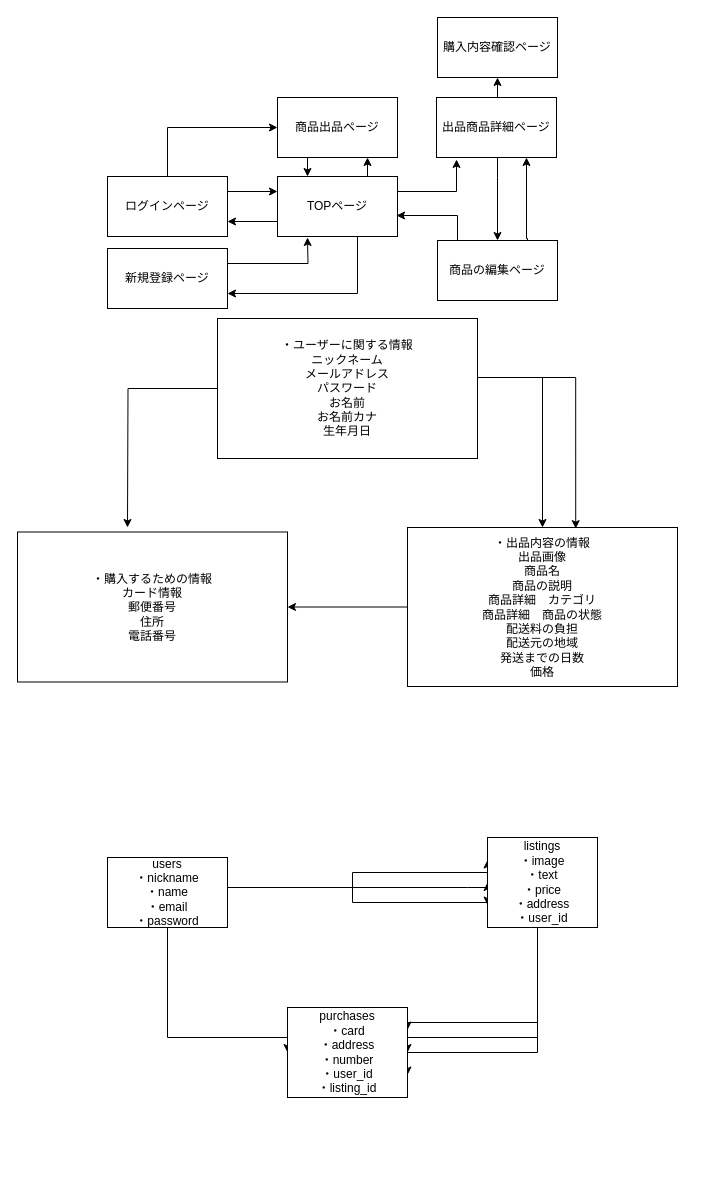
Earlier version of the draw.io diagram furima.dio (mizuki1305/furima-29614). Source tidied: cells renumbered, new cells numbered last; positions are measured from the earlier drawing's top-left corner, leaving out a move shared by most shapes. Both pictures are drawn from the tidied source at 100%, with x=0, y=0 at pixel (17, 17).
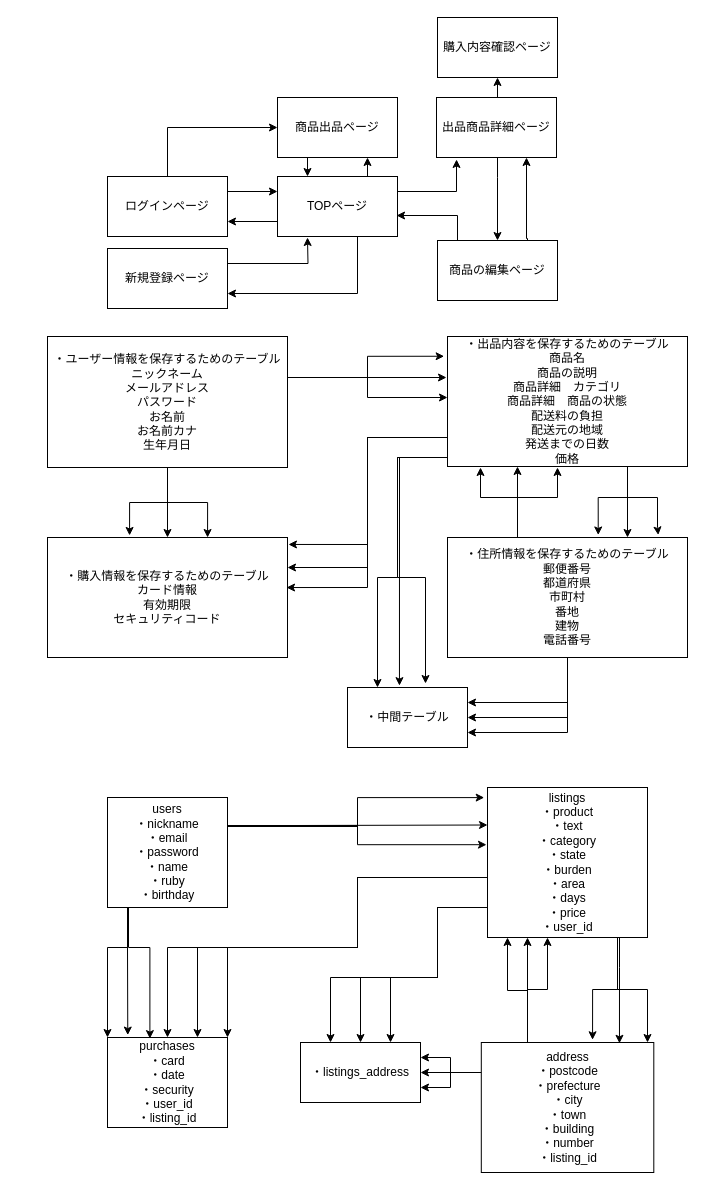
After the change.

Commit message (it also covers changes not shown here):
テーブル設計（修正1）

Change to the diagram source:
```diff
@@
-    <mxCell id="21" style="edgeStyle=orthogonalEdgeStyle;rounded=0;jettySize=auto;html=1;entryX=0.5;entryY=0;entryDx=0;entryDy=0;" parent="1" edge="1" source="24" target="26">
-      <mxGeometry relative="1" as="geometry">
-        <Array as="points">
-          <mxPoint x="525" y="360" />
-        </Array>
-      </mxGeometry>
-    </mxCell>
-    <mxCell id="22" style="edgeStyle=orthogonalEdgeStyle;rounded=0;jettySize=auto;html=1;" parent="1" edge="1" source="24">
-      <mxGeometry relative="1" as="geometry">
-        <mxPoint x="110" y="510" as="targetPoint" />
-      </mxGeometry>
-    </mxCell>
-    <mxCell id="23" style="edgeStyle=orthogonalEdgeStyle;rounded=0;jettySize=auto;html=1;entryX=0.623;entryY=0.007;entryDx=0;entryDy=0;entryPerimeter=0;" parent="1" edge="1" source="24" target="26">
-      <mxGeometry relative="1" as="geometry">
-        <Array as="points">
-          <mxPoint x="558" y="360" />
-        </Array>
-      </mxGeometry>
-    </mxCell>
+    <mxCell id="38" style="edgeStyle=orthogonalEdgeStyle;rounded=0;jettySize=auto;html=1;" parent="1" edge="1" source="24">
+      <mxGeometry relative="1" as="geometry">
+        <mxPoint x="429" y="360" as="targetPoint" />
+        <Array as="points">
+          <mxPoint x="429" y="360" />
+        </Array>
+      </mxGeometry>
+    </mxCell>
+    <mxCell id="39" style="edgeStyle=orthogonalEdgeStyle;rounded=0;jettySize=auto;html=1;entryX=-0.014;entryY=0.152;entryDx=0;entryDy=0;entryPerimeter=0;" parent="1" edge="1" source="24" target="26">
+      <mxGeometry relative="1" as="geometry">
+        <Array as="points">
+          <mxPoint x="350" y="360" />
+          <mxPoint x="350" y="339" />
+        </Array>
+      </mxGeometry>
+    </mxCell>
+    <mxCell id="40" style="edgeStyle=orthogonalEdgeStyle;rounded=0;jettySize=auto;html=1;" parent="1" edge="1" source="24" target="26">
+      <mxGeometry relative="1" as="geometry">
+        <Array as="points">
+          <mxPoint x="350" y="360" />
+          <mxPoint x="350" y="380" />
+        </Array>
+      </mxGeometry>
+    </mxCell>
+    <mxCell id="41" style="edgeStyle=orthogonalEdgeStyle;rounded=0;jettySize=auto;html=1;entryX=0.5;entryY=0;entryDx=0;entryDy=0;" parent="1" edge="1" source="24" target="27">
+      <mxGeometry relative="1" as="geometry" />
+    </mxCell>
+    <mxCell id="42" style="edgeStyle=orthogonalEdgeStyle;rounded=0;jettySize=auto;html=1;entryX=0.667;entryY=0;entryDx=0;entryDy=0;entryPerimeter=0;" parent="1" edge="1" source="24" target="27">
+      <mxGeometry relative="1" as="geometry" />
+    </mxCell>
+    <mxCell id="43" style="edgeStyle=orthogonalEdgeStyle;rounded=0;jettySize=auto;html=1;entryX=0.342;entryY=-0.017;entryDx=0;entryDy=0;entryPerimeter=0;" parent="1" edge="1" source="24" target="27">
+      <mxGeometry relative="1" as="geometry" />
+    </mxCell>
-    <mxCell id="24" value="・ユーザーに関する情報&lt;br&gt;ニックネーム&lt;br&gt;メールアドレス&lt;br&gt;パスワード&lt;br&gt;お名前&lt;br&gt;お名前カナ&lt;br&gt;生年月日" style="whiteSpace=wrap;html=1;" parent="1" vertex="1">
-      <mxGeometry x="200" y="301" width="260" height="140" as="geometry" />
+    <mxCell id="24" value="・ユーザー情報を保存するためのテーブル&lt;br&gt;ニックネーム&lt;br&gt;メールアドレス&lt;br&gt;パスワード&lt;br&gt;お名前&lt;br&gt;お名前カナ&lt;br&gt;生年月日" style="whiteSpace=wrap;html=1;" parent="1" vertex="1">
+      <mxGeometry x="30" y="319" width="240" height="131" as="geometry" />
     </mxCell>
-    <mxCell id="25" style="edgeStyle=orthogonalEdgeStyle;rounded=0;jettySize=auto;html=1;entryX=1;entryY=0.5;entryDx=0;entryDy=0;" parent="1" edge="1" source="26" target="27">
-      <mxGeometry relative="1" as="geometry" />
-    </mxCell>
+    <mxCell id="44" style="edgeStyle=orthogonalEdgeStyle;rounded=0;jettySize=auto;html=1;entryX=1;entryY=0.25;entryDx=0;entryDy=0;" parent="1" edge="1" source="26" target="27">
+      <mxGeometry relative="1" as="geometry">
+        <Array as="points">
+          <mxPoint x="350" y="420" />
+          <mxPoint x="350" y="550" />
+        </Array>
+      </mxGeometry>
+    </mxCell>
+    <mxCell id="45" style="edgeStyle=orthogonalEdgeStyle;rounded=0;jettySize=auto;html=1;entryX=1.004;entryY=0.058;entryDx=0;entryDy=0;entryPerimeter=0;" parent="1" edge="1" source="26" target="27">
+      <mxGeometry relative="1" as="geometry">
+        <Array as="points">
+          <mxPoint x="350" y="420" />
+          <mxPoint x="350" y="527" />
+        </Array>
+      </mxGeometry>
+    </mxCell>
+    <mxCell id="46" style="edgeStyle=orthogonalEdgeStyle;rounded=0;jettySize=auto;html=1;entryX=0.996;entryY=0.417;entryDx=0;entryDy=0;entryPerimeter=0;" parent="1" edge="1" source="26" target="27">
+      <mxGeometry relative="1" as="geometry">
+        <Array as="points">
+          <mxPoint x="350" y="420" />
+          <mxPoint x="350" y="570" />
+        </Array>
+      </mxGeometry>
+    </mxCell>
+    <mxCell id="47" style="edgeStyle=orthogonalEdgeStyle;rounded=0;jettySize=auto;html=1;entryX=0.75;entryY=0;entryDx=0;entryDy=0;" parent="1" edge="1" source="26" target="81">
+      <mxGeometry relative="1" as="geometry">
+        <Array as="points">
+          <mxPoint x="610" y="460" />
+          <mxPoint x="610" y="460" />
+        </Array>
+      </mxGeometry>
+    </mxCell>
+    <mxCell id="48" style="edgeStyle=orthogonalEdgeStyle;rounded=0;jettySize=auto;html=1;entryX=0.878;entryY=-0.021;entryDx=0;entryDy=0;entryPerimeter=0;" parent="1" edge="1" source="26" target="81">
+      <mxGeometry relative="1" as="geometry">
+        <Array as="points">
+          <mxPoint x="610" y="480" />
+          <mxPoint x="640" y="480" />
+          <mxPoint x="640" y="510" />
+        </Array>
+      </mxGeometry>
+    </mxCell>
+    <mxCell id="49" style="edgeStyle=orthogonalEdgeStyle;rounded=0;jettySize=auto;html=1;entryX=0.628;entryY=-0.021;entryDx=0;entryDy=0;entryPerimeter=0;" parent="1" edge="1" source="26" target="81">
+      <mxGeometry relative="1" as="geometry">
+        <Array as="points">
+          <mxPoint x="610" y="480" />
+          <mxPoint x="581" y="480" />
+        </Array>
+      </mxGeometry>
+    </mxCell>
+    <mxCell id="50" style="edgeStyle=orthogonalEdgeStyle;rounded=0;jettySize=auto;html=1;entryX=0.433;entryY=-0.031;entryDx=0;entryDy=0;entryPerimeter=0;" parent="1" edge="1" source="26" target="82">
+      <mxGeometry relative="1" as="geometry">
+        <Array as="points">
+          <mxPoint x="382" y="440" />
+        </Array>
+      </mxGeometry>
+    </mxCell>
+    <mxCell id="51" style="edgeStyle=orthogonalEdgeStyle;rounded=0;jettySize=auto;html=1;" parent="1" edge="1" source="26">
+      <mxGeometry relative="1" as="geometry">
+        <mxPoint x="408" y="666" as="targetPoint" />
+        <Array as="points">
+          <mxPoint x="380" y="440" />
+          <mxPoint x="380" y="560" />
+          <mxPoint x="408" y="560" />
+        </Array>
+      </mxGeometry>
+    </mxCell>
+    <mxCell id="52" style="edgeStyle=orthogonalEdgeStyle;rounded=0;jettySize=auto;html=1;entryX=0.25;entryY=0;entryDx=0;entryDy=0;" parent="1" edge="1" source="26" target="82">
+      <mxGeometry relative="1" as="geometry">
+        <Array as="points">
+          <mxPoint x="380" y="440" />
+          <mxPoint x="380" y="560" />
+          <mxPoint x="360" y="560" />
+        </Array>
+      </mxGeometry>
+    </mxCell>
-    <mxCell id="26" value="・出品内容の情報&lt;br&gt;出品画像&lt;br&gt;商品名&lt;br&gt;商品の説明&lt;br&gt;商品詳細　カテゴリ&lt;br&gt;商品詳細　商品の状態&lt;br&gt;配送料の負担&lt;br&gt;配送元の地域&lt;br&gt;発送までの日数&lt;br&gt;価格" style="whiteSpace=wrap;html=1;" parent="1" vertex="1">
-      <mxGeometry x="390" y="510" width="270" height="159" as="geometry" />
+    <mxCell id="26" value="・出品内容を保存するためのテーブル&lt;br&gt;商品名&lt;br&gt;商品の説明&lt;br&gt;商品詳細　カテゴリ&lt;br&gt;商品詳細　商品の状態&lt;br&gt;配送料の負担&lt;br&gt;配送元の地域&lt;br&gt;発送までの日数&lt;br&gt;価格" style="whiteSpace=wrap;html=1;" parent="1" vertex="1">
+      <mxGeometry x="430" y="319" width="240" height="130" as="geometry" />
     </mxCell>
-    <mxCell id="27" value="・購入するための情報&lt;br&gt;カード情報&lt;br&gt;郵便番号&lt;br&gt;住所&lt;br&gt;電話番号" style="whiteSpace=wrap;html=1;" parent="1" vertex="1">
-      <mxGeometry y="514.5" width="270" height="150" as="geometry" />
+    <mxCell id="27" value="・購入情報を保存するためのテーブル&lt;br&gt;カード情報&lt;br&gt;有効期限&lt;br&gt;セキュリティコード" style="whiteSpace=wrap;html=1;" parent="1" vertex="1">
+      <mxGeometry x="30" y="520" width="240" height="120" as="geometry" />
     </mxCell>
-    <mxCell id="28" style="edgeStyle=orthogonalEdgeStyle;rounded=0;jettySize=auto;html=1;exitX=1;exitY=0.5;exitDx=0;exitDy=0;entryX=0;entryY=0.5;entryDx=0;entryDy=0;" parent="1" edge="1" source="32" target="36">
-      <mxGeometry relative="1" as="geometry">
-        <Array as="points">
-          <mxPoint x="450" y="870" />
-          <mxPoint x="450" y="870" />
-        </Array>
-      </mxGeometry>
-    </mxCell>
-    <mxCell id="29" style="edgeStyle=orthogonalEdgeStyle;rounded=0;jettySize=auto;html=1;entryX=0;entryY=0.25;entryDx=0;entryDy=0;" parent="1" edge="1" source="32" target="36">
-      <mxGeometry relative="1" as="geometry">
-        <Array as="points">
-          <mxPoint x="335" y="870" />
-          <mxPoint x="335" y="855" />
-        </Array>
-      </mxGeometry>
-    </mxCell>
-    <mxCell id="30" style="edgeStyle=orthogonalEdgeStyle;rounded=0;jettySize=auto;html=1;exitX=1;exitY=0.5;exitDx=0;exitDy=0;entryX=0;entryY=0.75;entryDx=0;entryDy=0;" parent="1" edge="1" source="32" target="36">
-      <mxGeometry relative="1" as="geometry">
-        <Array as="points">
-          <mxPoint x="210" y="870" />
-          <mxPoint x="335" y="870" />
-          <mxPoint x="335" y="885" />
-        </Array>
-      </mxGeometry>
-    </mxCell>
-    <mxCell id="31" style="edgeStyle=orthogonalEdgeStyle;rounded=0;jettySize=auto;html=1;entryX=0;entryY=0.5;entryDx=0;entryDy=0;" parent="1" edge="1" source="32" target="37">
-      <mxGeometry relative="1" as="geometry">
-        <Array as="points">
-          <mxPoint x="150" y="1020" />
-        </Array>
-      </mxGeometry>
-    </mxCell>
+    <mxCell id="53" style="edgeStyle=orthogonalEdgeStyle;rounded=0;orthogonalLoop=1;jettySize=auto;html=1;entryX=-0.03;entryY=0.074;entryDx=0;entryDy=0;entryPerimeter=0;" parent="1" edge="1">
+      <mxGeometry relative="1" as="geometry">
+        <mxPoint x="210" y="809" as="sourcePoint" />
+        <mxPoint x="466.7" y="780.1" as="targetPoint" />
+        <Array as="points">
+          <mxPoint x="340" y="809" />
+          <mxPoint x="340" y="780" />
+        </Array>
+      </mxGeometry>
+    </mxCell>
+    <mxCell id="54" style="edgeStyle=orthogonalEdgeStyle;rounded=0;jettySize=auto;html=1;entryX=0;entryY=0.25;entryDx=0;entryDy=0;" parent="1" edge="1" source="32" target="36">
+      <mxGeometry relative="1" as="geometry">
+        <Array as="points">
+          <mxPoint x="280" y="808" />
+          <mxPoint x="280" y="808" />
+        </Array>
+      </mxGeometry>
+    </mxCell>
+    <mxCell id="55" style="edgeStyle=orthogonalEdgeStyle;rounded=0;orthogonalLoop=1;jettySize=auto;html=1;entryX=-0.009;entryY=0.395;entryDx=0;entryDy=0;entryPerimeter=0;" parent="1" edge="1">
+      <mxGeometry relative="1" as="geometry">
+        <mxPoint x="210" y="808" as="sourcePoint" />
+        <mxPoint x="469" y="827.2" as="targetPoint" />
+        <Array as="points">
+          <mxPoint x="340" y="808" />
+          <mxPoint x="340" y="827" />
+        </Array>
+      </mxGeometry>
+    </mxCell>
+    <mxCell id="56" style="edgeStyle=orthogonalEdgeStyle;rounded=0;jettySize=auto;html=1;entryX=0;entryY=0;entryDx=0;entryDy=0;" parent="1" edge="1" source="32" target="37">
+      <mxGeometry relative="1" as="geometry">
+        <Array as="points">
+          <mxPoint x="110" y="930" />
+          <mxPoint x="90" y="930" />
+        </Array>
+      </mxGeometry>
+    </mxCell>
+    <mxCell id="57" style="edgeStyle=orthogonalEdgeStyle;rounded=0;orthogonalLoop=1;jettySize=auto;html=1;entryX=0.345;entryY=0.012;entryDx=0;entryDy=0;entryPerimeter=0;" parent="1" edge="1">
+      <mxGeometry relative="1" as="geometry">
+        <mxPoint x="111" y="890" as="sourcePoint" />
+        <mxPoint x="132.4" y="1021.1" as="targetPoint" />
+        <Array as="points">
+          <mxPoint x="111" y="930" />
+          <mxPoint x="132" y="930" />
+        </Array>
+      </mxGeometry>
+    </mxCell>
+    <mxCell id="58" style="edgeStyle=orthogonalEdgeStyle;rounded=0;jettySize=auto;html=1;entryX=0.169;entryY=-0.027;entryDx=0;entryDy=0;entryPerimeter=0;" parent="1" edge="1" source="32" target="37">
+      <mxGeometry relative="1" as="geometry">
+        <Array as="points">
+          <mxPoint x="110" y="930" />
+          <mxPoint x="110" y="930" />
+        </Array>
+      </mxGeometry>
+    </mxCell>
-    <mxCell id="32" value="users&lt;br&gt;・nickname&lt;br&gt;・name&lt;br&gt;・email&lt;br&gt;・password" style="whiteSpace=wrap;html=1;" parent="1" vertex="1">
-      <mxGeometry x="90" y="840" width="120" height="70" as="geometry" />
+    <mxCell id="32" value="users&lt;br&gt;・nickname&lt;br&gt;・email&lt;br&gt;・password&lt;br&gt;・name&lt;br&gt;・ruby&lt;br&gt;・birthday" style="whiteSpace=wrap;html=1;" parent="1" vertex="1">
+      <mxGeometry x="90" y="780" width="120" height="110" as="geometry" />
     </mxCell>
-    <mxCell id="33" style="edgeStyle=orthogonalEdgeStyle;rounded=0;jettySize=auto;html=1;exitX=0.5;exitY=1;exitDx=0;exitDy=0;entryX=1;entryY=0.5;entryDx=0;entryDy=0;" parent="1" edge="1" source="36" target="37">
-      <mxGeometry relative="1" as="geometry">
-        <Array as="points">
-          <mxPoint x="520" y="910" />
-          <mxPoint x="520" y="1020" />
-        </Array>
-      </mxGeometry>
-    </mxCell>
-    <mxCell id="34" style="edgeStyle=orthogonalEdgeStyle;rounded=0;jettySize=auto;html=1;entryX=1;entryY=0.25;entryDx=0;entryDy=0;" parent="1" edge="1" source="36" target="37">
-      <mxGeometry relative="1" as="geometry">
-        <Array as="points">
-          <mxPoint x="520" y="1005" />
-        </Array>
-      </mxGeometry>
-    </mxCell>
-    <mxCell id="35" style="edgeStyle=orthogonalEdgeStyle;rounded=0;jettySize=auto;html=1;entryX=1;entryY=0.75;entryDx=0;entryDy=0;" parent="1" edge="1" source="36" target="37">
-      <mxGeometry relative="1" as="geometry">
-        <Array as="points">
-          <mxPoint x="520" y="1035" />
-        </Array>
-      </mxGeometry>
-    </mxCell>
+    <mxCell id="59" style="edgeStyle=orthogonalEdgeStyle;rounded=0;jettySize=auto;html=1;entryX=0.5;entryY=0;entryDx=0;entryDy=0;" parent="1" edge="1" source="36" target="37">
+      <mxGeometry relative="1" as="geometry">
+        <Array as="points">
+          <mxPoint x="340" y="860" />
+          <mxPoint x="340" y="930" />
+          <mxPoint x="150" y="930" />
+        </Array>
+      </mxGeometry>
+    </mxCell>
+    <mxCell id="60" style="edgeStyle=orthogonalEdgeStyle;rounded=0;jettySize=auto;html=1;entryX=0.75;entryY=0;entryDx=0;entryDy=0;" parent="1" edge="1" source="36" target="37">
+      <mxGeometry relative="1" as="geometry">
+        <Array as="points">
+          <mxPoint x="340" y="860" />
+          <mxPoint x="340" y="930" />
+          <mxPoint x="180" y="930" />
+        </Array>
+      </mxGeometry>
+    </mxCell>
+    <mxCell id="61" style="edgeStyle=orthogonalEdgeStyle;rounded=0;jettySize=auto;html=1;entryX=1;entryY=0;entryDx=0;entryDy=0;" parent="1" edge="1" source="36" target="37">
+      <mxGeometry relative="1" as="geometry">
+        <Array as="points">
+          <mxPoint x="340" y="860" />
+          <mxPoint x="340" y="930" />
+          <mxPoint x="210" y="930" />
+        </Array>
+      </mxGeometry>
+    </mxCell>
+    <mxCell id="62" style="edgeStyle=orthogonalEdgeStyle;rounded=0;jettySize=auto;html=1;entryX=0.5;entryY=0;entryDx=0;entryDy=0;" parent="1" edge="1" source="36" target="83">
+      <mxGeometry relative="1" as="geometry">
+        <Array as="points">
+          <mxPoint x="420" y="890" />
+          <mxPoint x="420" y="960" />
+          <mxPoint x="343" y="960" />
+        </Array>
+      </mxGeometry>
+    </mxCell>
+    <mxCell id="63" style="edgeStyle=orthogonalEdgeStyle;rounded=0;jettySize=auto;html=1;entryX=0.25;entryY=0;entryDx=0;entryDy=0;" parent="1" edge="1" source="36" target="83">
+      <mxGeometry relative="1" as="geometry">
+        <Array as="points">
+          <mxPoint x="420" y="890" />
+          <mxPoint x="420" y="960" />
+          <mxPoint x="313" y="960" />
+        </Array>
+      </mxGeometry>
+    </mxCell>
+    <mxCell id="64" style="edgeStyle=orthogonalEdgeStyle;rounded=0;jettySize=auto;html=1;entryX=0.75;entryY=0;entryDx=0;entryDy=0;" parent="1" edge="1" source="36" target="83">
+      <mxGeometry relative="1" as="geometry">
+        <Array as="points">
+          <mxPoint x="420" y="890" />
+          <mxPoint x="420" y="960" />
+          <mxPoint x="373" y="960" />
+        </Array>
+      </mxGeometry>
+    </mxCell>
+    <mxCell id="65" style="edgeStyle=orthogonalEdgeStyle;rounded=0;jettySize=auto;html=1;" parent="1" edge="1" source="36">
+      <mxGeometry relative="1" as="geometry">
+        <mxPoint x="630" y="1025" as="targetPoint" />
+        <Array as="points">
+          <mxPoint x="600" y="972" />
+          <mxPoint x="630" y="972" />
+          <mxPoint x="630" y="1025" />
+        </Array>
+      </mxGeometry>
+    </mxCell>
+    <mxCell id="66" style="edgeStyle=orthogonalEdgeStyle;rounded=0;jettySize=auto;html=1;entryX=0.801;entryY=0.006;entryDx=0;entryDy=0;entryPerimeter=0;" parent="1" edge="1" source="36" target="74">
+      <mxGeometry relative="1" as="geometry">
+        <Array as="points">
+          <mxPoint x="602" y="950" />
+          <mxPoint x="602" y="950" />
+        </Array>
+      </mxGeometry>
+    </mxCell>
+    <mxCell id="67" style="edgeStyle=orthogonalEdgeStyle;rounded=0;jettySize=auto;html=1;entryX=0.645;entryY=-0.021;entryDx=0;entryDy=0;entryPerimeter=0;" parent="1" edge="1" source="36" target="74">
+      <mxGeometry relative="1" as="geometry">
+        <Array as="points">
+          <mxPoint x="600" y="972" />
+          <mxPoint x="575" y="972" />
+        </Array>
+      </mxGeometry>
+    </mxCell>
-    <mxCell id="36" value="listings&lt;br&gt;・image&lt;br&gt;・text&lt;br&gt;・price&lt;br&gt;・address&lt;br&gt;・user_id" style="whiteSpace=wrap;html=1;" parent="1" vertex="1">
-      <mxGeometry x="470" y="820" width="110" height="90" as="geometry" />
+    <mxCell id="36" value="listings&lt;br&gt;・product&lt;br&gt;・text&lt;br&gt;・category&lt;br&gt;・state&lt;br&gt;・burden&lt;br&gt;・area&lt;br&gt;・days&lt;br&gt;・price&lt;br&gt;・user_id" style="whiteSpace=wrap;html=1;" parent="1" vertex="1">
+      <mxGeometry x="470" y="770" width="160" height="150" as="geometry" />
     </mxCell>
-    <mxCell id="37" value="purchases&lt;br&gt;・card&lt;br&gt;・address&lt;br&gt;・number&lt;br&gt;・user_id&lt;br&gt;・listing_id" style="whiteSpace=wrap;html=1;" parent="1" vertex="1">
-      <mxGeometry x="270" y="990" width="120" height="90" as="geometry" />
+    <mxCell id="37" value="purchases&lt;br&gt;・card&lt;br&gt;・date&lt;br&gt;・security&lt;br&gt;・user_id&lt;br&gt;・listing_id" style="whiteSpace=wrap;html=1;" parent="1" vertex="1">
+      <mxGeometry x="90" y="1020" width="120" height="90" as="geometry" />
     </mxCell>
+    <mxCell id="68" style="edgeStyle=orthogonalEdgeStyle;rounded=0;jettySize=auto;html=1;entryX=0.25;entryY=1;entryDx=0;entryDy=0;" parent="1" edge="1" source="74" target="36">
+      <mxGeometry relative="1" as="geometry">
+        <Array as="points">
+          <mxPoint x="510" y="1000" />
+          <mxPoint x="510" y="1000" />
+        </Array>
+      </mxGeometry>
+    </mxCell>
+    <mxCell id="69" style="edgeStyle=orthogonalEdgeStyle;rounded=0;jettySize=auto;html=1;entryX=0.375;entryY=1;entryDx=0;entryDy=0;entryPerimeter=0;" parent="1" edge="1" source="74" target="36">
+      <mxGeometry relative="1" as="geometry">
+        <Array as="points">
+          <mxPoint x="510" y="972" />
+          <mxPoint x="530" y="972" />
+        </Array>
+      </mxGeometry>
+    </mxCell>
+    <mxCell id="70" style="edgeStyle=orthogonalEdgeStyle;rounded=0;jettySize=auto;html=1;" parent="1" edge="1" source="74" target="36">
+      <mxGeometry relative="1" as="geometry">
+        <Array as="points">
+          <mxPoint x="510" y="973" />
+          <mxPoint x="490" y="973" />
+        </Array>
+      </mxGeometry>
+    </mxCell>
+    <mxCell id="71" style="edgeStyle=orthogonalEdgeStyle;rounded=0;jettySize=auto;html=1;entryX=1;entryY=0.5;entryDx=0;entryDy=0;" parent="1" edge="1" source="74" target="83">
+      <mxGeometry relative="1" as="geometry">
+        <Array as="points">
+          <mxPoint x="450" y="1055" />
+          <mxPoint x="450" y="1055" />
+        </Array>
+      </mxGeometry>
+    </mxCell>
+    <mxCell id="72" style="edgeStyle=orthogonalEdgeStyle;rounded=0;jettySize=auto;html=1;entryX=1;entryY=0.75;entryDx=0;entryDy=0;" parent="1" edge="1" source="74" target="83">
+      <mxGeometry relative="1" as="geometry">
+        <Array as="points">
+          <mxPoint x="433" y="1055" />
+          <mxPoint x="433" y="1070" />
+        </Array>
+      </mxGeometry>
+    </mxCell>
+    <mxCell id="73" style="edgeStyle=orthogonalEdgeStyle;rounded=0;jettySize=auto;html=1;entryX=1;entryY=0.25;entryDx=0;entryDy=0;" parent="1" edge="1" source="74" target="83">
+      <mxGeometry relative="1" as="geometry">
+        <Array as="points">
+          <mxPoint x="433" y="1055" />
+          <mxPoint x="433" y="1040" />
+        </Array>
+      </mxGeometry>
+    </mxCell>
+    <mxCell id="74" value="address&lt;br&gt;・postcode&lt;br&gt;・prefecture&lt;br&gt;・city&lt;br&gt;・town&lt;br&gt;・building&lt;br&gt;・number&lt;br&gt;・listing_id" style="whiteSpace=wrap;html=1;" parent="1" vertex="1">
+      <mxGeometry x="463.8" y="1025" width="172.5" height="130" as="geometry" />
+    </mxCell>
+    <mxCell id="75" style="edgeStyle=orthogonalEdgeStyle;rounded=0;jettySize=auto;html=1;" parent="1" edge="1" source="81" target="26">
+      <mxGeometry relative="1" as="geometry">
+        <Array as="points">
+          <mxPoint x="500" y="490" />
+          <mxPoint x="500" y="490" />
+        </Array>
+      </mxGeometry>
+    </mxCell>
+    <mxCell id="76" style="edgeStyle=orthogonalEdgeStyle;rounded=0;jettySize=auto;html=1;" parent="1" edge="1" source="81">
+      <mxGeometry relative="1" as="geometry">
+        <mxPoint x="463" y="450" as="targetPoint" />
+        <Array as="points">
+          <mxPoint x="500" y="480" />
+          <mxPoint x="463" y="480" />
+        </Array>
+      </mxGeometry>
+    </mxCell>
+    <mxCell id="77" style="edgeStyle=orthogonalEdgeStyle;rounded=0;jettySize=auto;html=1;" parent="1" edge="1" source="81">
+      <mxGeometry relative="1" as="geometry">
+        <mxPoint x="540" y="450" as="targetPoint" />
+        <Array as="points">
+          <mxPoint x="500" y="480" />
+          <mxPoint x="540" y="480" />
+        </Array>
+      </mxGeometry>
+    </mxCell>
+    <mxCell id="78" style="edgeStyle=orthogonalEdgeStyle;rounded=0;jettySize=auto;html=1;entryX=1;entryY=0.5;entryDx=0;entryDy=0;" parent="1" edge="1" source="81" target="82">
+      <mxGeometry relative="1" as="geometry" />
+    </mxCell>
+    <mxCell id="79" style="edgeStyle=orthogonalEdgeStyle;rounded=0;jettySize=auto;html=1;entryX=1;entryY=0.25;entryDx=0;entryDy=0;" parent="1" edge="1" source="81" target="82">
+      <mxGeometry relative="1" as="geometry" />
+    </mxCell>
+    <mxCell id="80" style="edgeStyle=orthogonalEdgeStyle;rounded=0;jettySize=auto;html=1;entryX=1;entryY=0.75;entryDx=0;entryDy=0;" parent="1" edge="1" source="81" target="82">
+      <mxGeometry relative="1" as="geometry" />
+    </mxCell>
+    <mxCell id="81" value="・住所情報を保存するためのテーブル&lt;br&gt;郵便番号&lt;br&gt;都道府県&lt;br&gt;市町村&lt;br&gt;番地&lt;br&gt;建物&lt;br&gt;電話番号" style="whiteSpace=wrap;html=1;" parent="1" vertex="1">
+      <mxGeometry x="430" y="520" width="240" height="120" as="geometry" />
+    </mxCell>
+    <mxCell id="82" value="・中間テーブル" style="whiteSpace=wrap;html=1;" parent="1" vertex="1">
+      <mxGeometry x="330" y="670" width="120" height="60" as="geometry" />
+    </mxCell>
+    <mxCell id="83" value="・listings_address" style="whiteSpace=wrap;html=1;" parent="1" vertex="1">
+      <mxGeometry x="283" y="1025" width="120" height="60" as="geometry" />
+    </mxCell>
```
